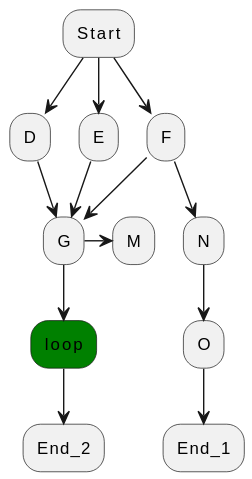
This is tests/loop_detection/loop_test_graph_loop_sub_graph.svg from xtuml/otel2puml, a PlantUML export, as it was before one commit.
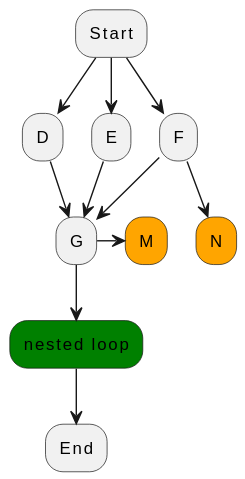
The same file after the commit.

Change to the diagram source:
```diff
@@ -10,10 +10,8 @@
     D -down-> G
     E -down-> G
     F -down-> G
-    G -down-> loop << loopstart >>
-    loop -down-> End_2
-    F -down-> N
-    N -down-> O
-    G -right-> M
-    O -down-> End_1
+    G -down-> "nested loop" << loopstart >>
+    "nested loop" -down-> End
+    F -down-> N << breakpoint >>
+    G -right-> M << breakpoint >>
 @enduml
```
